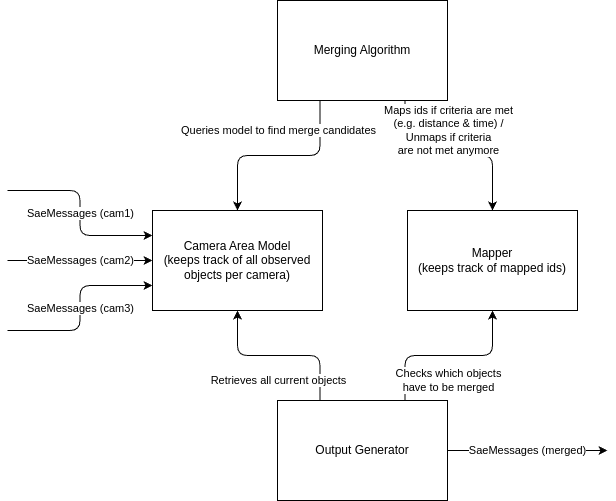
This is doc/concept.drawio.png from starwit/sae-geo-merger, a draw.io export, as it was before one commit. Source tidied: cells renumbered, new cells last; positions are measured from the earlier drawing's top-left corner, leaving out a move shared by most shapes.
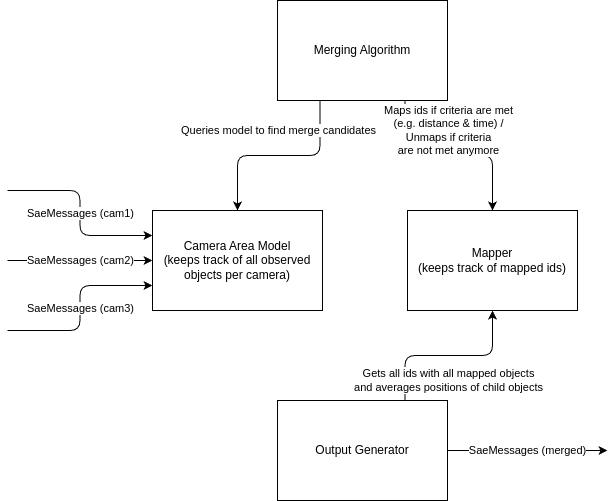
The same diagram one commit later.

The edit, as a diff of the source:
```diff
@@ -26,12 +26,7 @@
     <mxCell id="7" value="Mapper&lt;br&gt;(keeps track of mapped ids)" style="rounded=0;whiteSpace=wrap;html=1;" parent="1" vertex="1">
       <mxGeometry x="400" y="210" width="170" height="100" as="geometry" />
     </mxCell>
-    <mxCell id="8" value="Retrieves all current objects" style="edgeStyle=orthogonalEdgeStyle;html=1;exitX=0.25;exitY=0;exitDx=0;exitDy=0;entryX=0.5;entryY=1;entryDx=0;entryDy=0;" parent="1" edge="1" source="11" target="2">
-      <mxGeometry x="0.01" y="25" relative="1" as="geometry">
-        <mxPoint x="1" as="offset" />
-      </mxGeometry>
-    </mxCell>
-    <mxCell id="9" value="Checks which objects &lt;br&gt;have to be merged" style="edgeStyle=orthogonalEdgeStyle;html=1;exitX=0.75;exitY=0;exitDx=0;exitDy=0;entryX=0.5;entryY=1;entryDx=0;entryDy=0;" parent="1" edge="1" source="11" target="7">
+    <mxCell id="9" value="Gets all ids with all mapped objects&lt;br&gt;and averages positions of child objects" style="edgeStyle=orthogonalEdgeStyle;html=1;exitX=0.75;exitY=0;exitDx=0;exitDy=0;entryX=0.5;entryY=1;entryDx=0;entryDy=0;" parent="1" edge="1" source="11" target="7">
       <mxGeometry x="-0.01" y="-25" relative="1" as="geometry">
         <mxPoint x="1" as="offset" />
       </mxGeometry>
```
